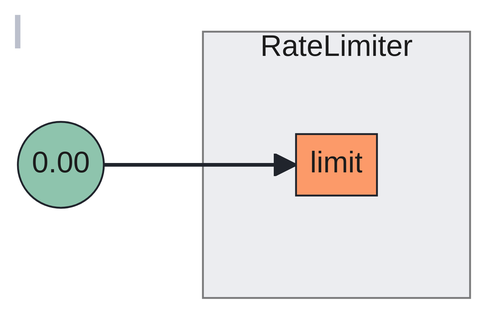
Above: docs/content/tutorials/flow-control/rate-limiting/assets/static-rate-limiting/static-rate-limiting.mmd.png in fluxninja/aperture (Mermaid), before the change. Its source is kept beside it as docs/content/tutorials/flow-control/rate-limiting/assets/static-rate-limiting/static-rate-limiting.mmd. Its diagram source:
```mermaid
flowchart LR
subgraph 0[RateLimiter]
subgraph 0_inports[ ]
style 0_inports fill:none,stroke:none
0limit[limit]
end
end
FakeConstant0((0.00))
FakeConstant0 --> 0limit
```
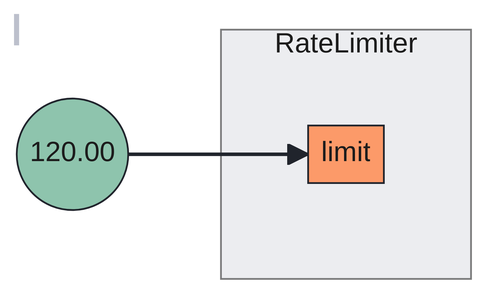
After the commit.

What changed in the source:
```diff
@@ -5,5 +5,5 @@
 0limit[limit]
 end
 end
-FakeConstant0((0.00))
+FakeConstant0((120.00))
 FakeConstant0 --> 0limit
```
